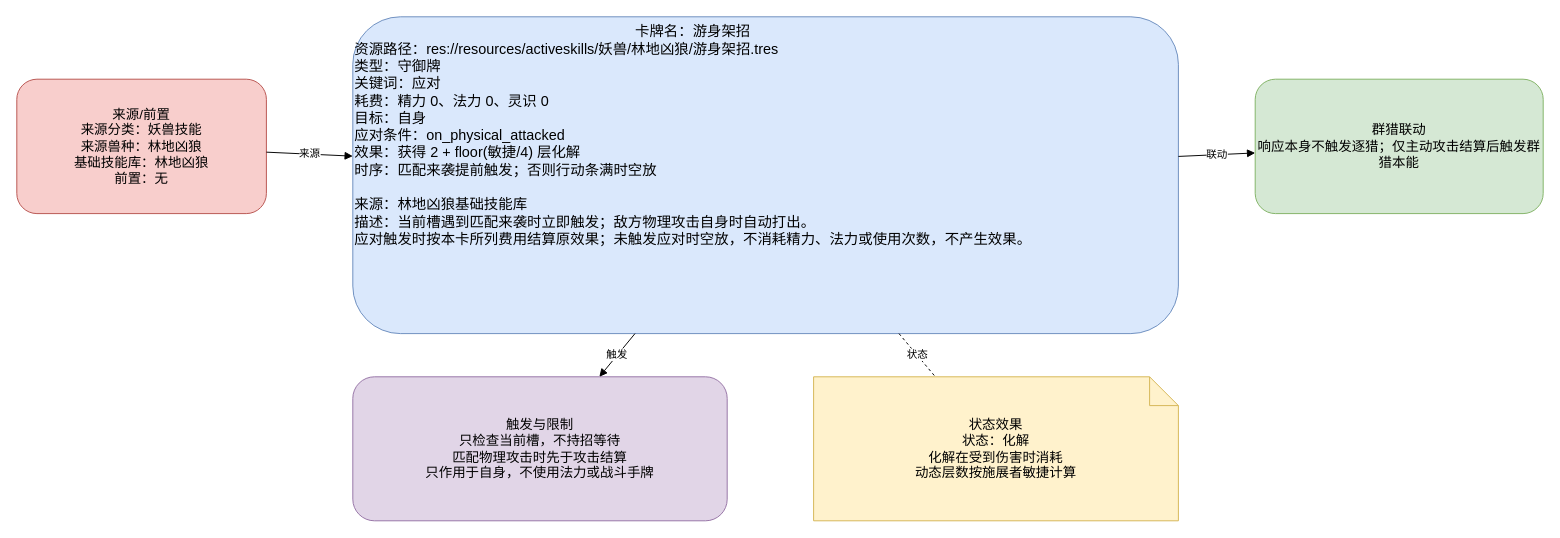
Earlier version of the draw.io diagram docs/卡牌词典/妖兽/林地凶狼/游身架招.drawio (ankundanetracyc-spec/tian-guan-you-du). Source tidied: cells renumbered, new cells numbered last; positions are measured from the earlier drawing's top-left corner, leaving out a move shared by most shapes. Both pictures are drawn from the tidied source at 96%, with x=0, y=0 at pixel (16, 16).
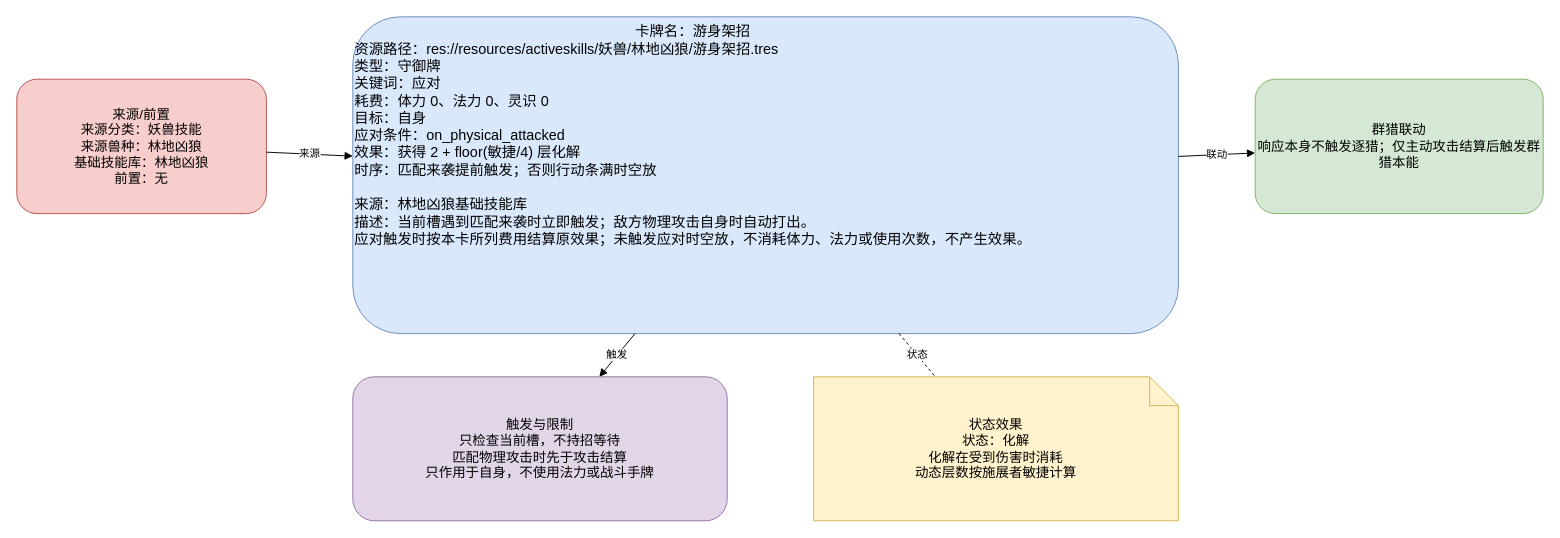
Above is the later version.

Diff of the diagram source:
```diff
@@
 <mxGraphModel>
   <root>
     <mxCell id="0" />
     <mxCell id="1" parent="0" />
-    <mxCell id="2" value="&lt;div style=&quot;text-align:center;&quot;&gt;卡牌名：游身架招&lt;/div&gt;&lt;div style=&quot;text-align:left;&quot;&gt;资源路径：res://resources/activeskills/妖兽/林地凶狼/游身架招.tres&lt;br&gt;类型：守御牌&lt;br&gt;关键词：应对&lt;br&gt;耗费：精力 0、法力 0、灵识 0&lt;br&gt;目标：自身&lt;br&gt;应对条件：on_physical_attacked&lt;br&gt;效果：获得 2 + floor(敏捷/4) 层化解&lt;br&gt;时序：匹配来袭提前触发；否则行动条满时空放&lt;/div&gt;&lt;br&gt;来源：林地凶狼基础技能库&lt;br&gt;描述：当前槽遇到匹配来袭时立即触发；敌方物理攻击自身时自动打出。&lt;br&gt;应对触发时按本卡所列费用结算原效果；未触发应对时空放，不消耗精力、法力或使用次数，不产生效果。" style="rounded=1;whiteSpace=wrap;html=1;fillColor=#dae8fc;strokeColor=#6c8ebf;fontSize=15;align=left;verticalAlign=top;" parent="1" vertex="1">
+    <mxCell id="2" value="&lt;div style=&quot;text-align:center;&quot;&gt;卡牌名：游身架招&lt;/div&gt;&lt;div style=&quot;text-align:left;&quot;&gt;资源路径：res://resources/activeskills/妖兽/林地凶狼/游身架招.tres&lt;br&gt;类型：守御牌&lt;br&gt;关键词：应对&lt;br&gt;耗费：体力 0、法力 0、灵识 0&lt;br&gt;目标：自身&lt;br&gt;应对条件：on_physical_attacked&lt;br&gt;效果：获得 2 + floor(敏捷/4) 层化解&lt;br&gt;时序：匹配来袭提前触发；否则行动条满时空放&lt;/div&gt;&lt;br&gt;来源：林地凶狼基础技能库&lt;br&gt;描述：当前槽遇到匹配来袭时立即触发；敌方物理攻击自身时自动打出。&lt;br&gt;应对触发时按本卡所列费用结算原效果；未触发应对时空放，不消耗体力、法力或使用次数，不产生效果。" style="rounded=1;whiteSpace=wrap;html=1;fillColor=#dae8fc;strokeColor=#6c8ebf;fontSize=15;align=left;verticalAlign=top;" parent="1" vertex="1">
       <mxGeometry x="350" width="860" height="330" as="geometry" />
     </mxCell>
     <mxCell id="3" value="来源/前置&#10;来源分类：妖兽技能&#10;来源兽种：林地凶狼&#10;基础技能库：林地凶狼&#10;前置：无" style="rounded=1;whiteSpace=wrap;html=1;fillColor=#f8cecc;strokeColor=#b85450;fontSize=14;" parent="1" vertex="1">
       <mxGeometry y="65" width="260" height="140" as="geometry" />
     </mxCell>
     <mxCell id="4" value="群猎联动&#10;响应本身不触发逐猎；仅主动攻击结算后触发群猎本能" style="rounded=1;whiteSpace=wrap;html=1;fillColor=#d5e8d4;strokeColor=#82b366;fontSize=14;" parent="1" vertex="1">
       <mxGeometry x="1290" y="65" width="300" height="140" as="geometry" />
     </mxCell>
     <mxCell id="5" value="触发与限制&#10;只检查当前槽，不持招等待&#10;匹配物理攻击时先于攻击结算&#10;只作用于自身，不使用法力或战斗手牌" style="rounded=1;whiteSpace=wrap;html=1;fillColor=#e1d5e7;strokeColor=#9673a6;fontSize=14;" parent="1" vertex="1">
       <mxGeometry x="350" y="375" width="390" height="150" as="geometry" />
     </mxCell>
     <mxCell id="6" value="状态效果&#10;状态：化解&#10;化解在受到伤害时消耗&#10;动态层数按施展者敏捷计算" style="shape=note;whiteSpace=wrap;html=1;fillColor=#fff2cc;strokeColor=#d6b656;fontSize=14;" parent="1" vertex="1">
       <mxGeometry x="830" y="375" width="380" height="150" as="geometry" />
     </mxCell>
     <mxCell id="7" value="来源" style="endArrow=block;html=1;rounded=0;" parent="1" edge="1" source="3" target="2">
       <mxGeometry relative="1" as="geometry" />
     </mxCell>
     <mxCell id="8" value="联动" style="endArrow=block;html=1;rounded=0;" parent="1" edge="1" source="2" target="4">
       <mxGeometry relative="1" as="geometry" />
     </mxCell>
     <mxCell id="9" value="触发" style="endArrow=block;html=1;rounded=0;" parent="1" edge="1" source="2" target="5">
       <mxGeometry relative="1" as="geometry" />
     </mxCell>
     <mxCell id="10" value="状态" style="endArrow=none;dashed=1;html=1;" parent="1" edge="1" source="2" target="6">
       <mxGeometry relative="1" as="geometry" />
     </mxCell>
   </root>
 </mxGraphModel>
```
